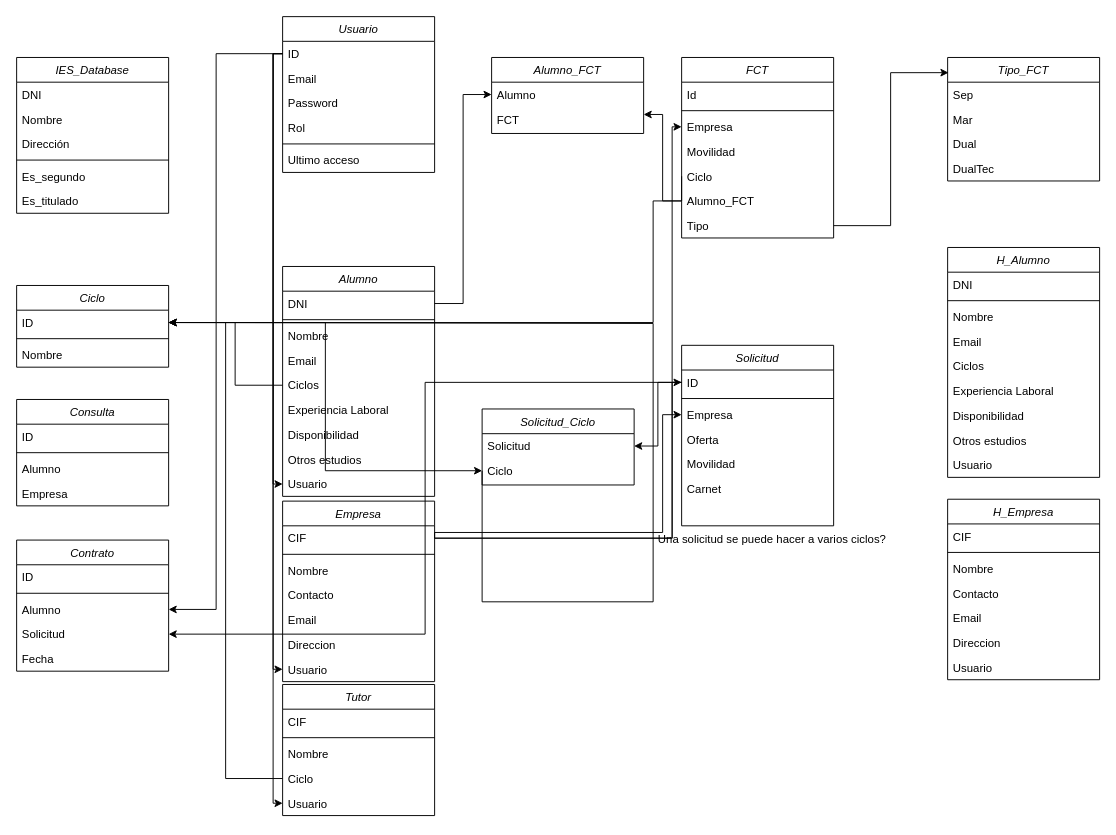
Buhuk/diagramas keeps this draw.io diagram as Bolsa de empleo.drawio. Above is the earlier version. Source tidied: cells renumbered, new cells numbered last; positions are measured from the earlier drawing's top-left corner, leaving out a move shared by most shapes. Both pictures are drawn from the tidied source at 95%, with x=0, y=0 at pixel (16, 16).
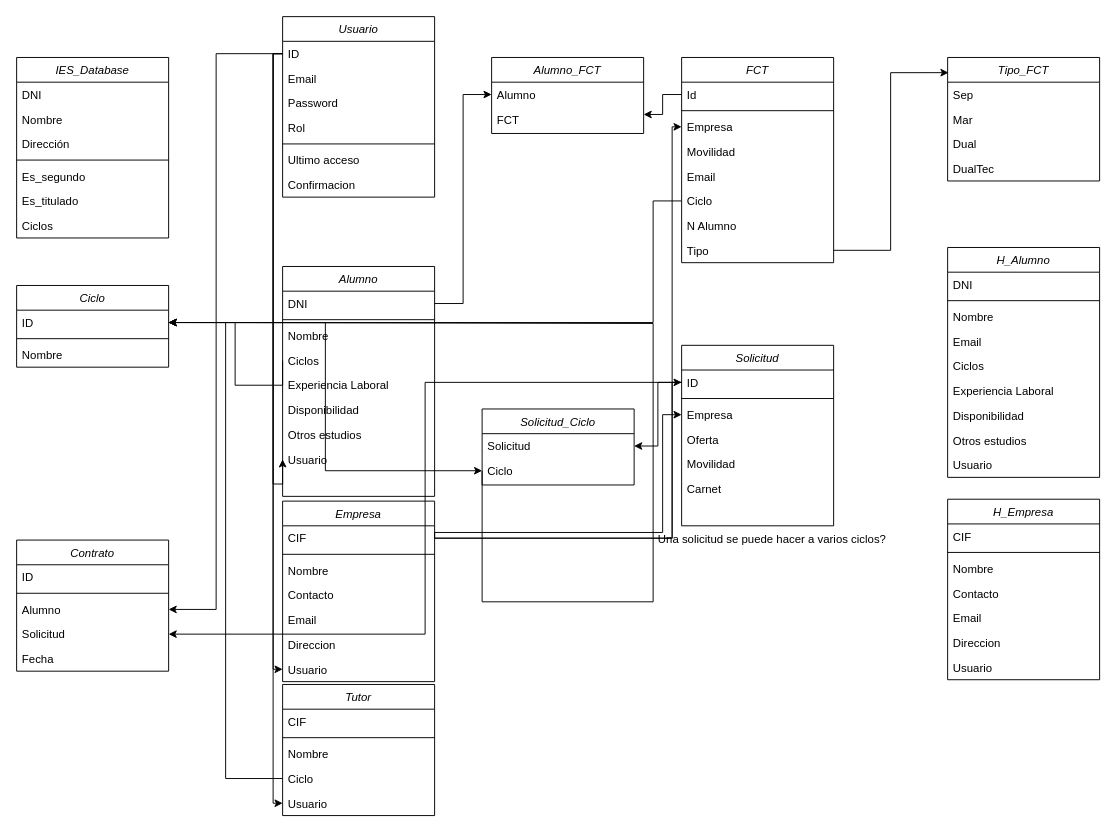
The same page after the edit.

Unchanged cells that the change refers to:
```xml
<mxCell id="9" value="Alumno" style="swimlane;fontStyle=2;align=center;verticalAlign=top;horizontal=1;startSize=26;rounded=0;shadow=0;strokeWidth=1;" parent="1" vertex="1">
  <mxGeometry x="280" y="263" width="160" height="242" as="geometry" />
</mxCell>
<mxCell id="46" value="Id" style="text;align=left;verticalAlign=top;spacingLeft=4;spacingRight=4;overflow=hidden;points=[[0,0.5],[1,0.5]];portConstraint=eastwest;" parent="45" vertex="1">
  <mxGeometry y="26" width="160" height="26" as="geometry" />
</mxCell>
<mxCell id="73" value="Alumno_FCT" style="swimlane;fontStyle=2;align=center;verticalAlign=top;horizontal=1;startSize=26;rounded=0;shadow=0;strokeWidth=1;" parent="1" vertex="1">
  <mxGeometry x="500" y="43" width="160" height="80" as="geometry" />
</mxCell>
```

The edit, as a diff of the source:
```diff
@@
     <mxCell id="2" value="Usuario" style="swimlane;fontStyle=2;align=center;verticalAlign=top;horizontal=1;startSize=26;rounded=0;shadow=0;strokeWidth=1;" parent="1" vertex="1">
-      <mxGeometry x="280" width="160" height="164" as="geometry" />
+      <mxGeometry x="280" width="160" height="190" as="geometry" />
     </mxCell>
@@
+    <mxCell id="117" value="Confirmacion" style="text;align=left;verticalAlign=top;spacingLeft=4;spacingRight=4;overflow=hidden;" parent="2" vertex="1">
+      <mxGeometry y="164" width="160" height="26" as="geometry" />
+    </mxCell>
@@
-    <mxCell id="13" value="Email" style="text;align=left;verticalAlign=top;spacingLeft=4;spacingRight=4;overflow=hidden;rounded=0;shadow=0;html=0;" parent="9" vertex="1">
-      <mxGeometry y="86" width="160" height="26" as="geometry" />
-    </mxCell>
     <mxCell id="14" value="Ciclos" style="text;align=left;verticalAlign=top;spacingLeft=4;spacingRight=4;overflow=hidden;points=[[0,0.5],[1,0.5]];portConstraint=eastwest;rounded=0;shadow=0;html=0;" parent="9" vertex="1">
-      <mxGeometry y="112" width="160" height="26" as="geometry" />
+      <mxGeometry y="86" width="160" height="26" as="geometry" />
     </mxCell>
     <mxCell id="15" value="Experiencia Laboral" style="text;align=left;verticalAlign=top;spacingLeft=4;spacingRight=4;overflow=hidden;fontStyle=0;" parent="9" vertex="1">
-      <mxGeometry y="138" width="160" height="26" as="geometry" />
+      <mxGeometry y="112" width="160" height="26" as="geometry" />
     </mxCell>
     <mxCell id="16" value="Disponibilidad" style="text;align=left;verticalAlign=top;spacingLeft=4;spacingRight=4;overflow=hidden;" parent="9" vertex="1">
-      <mxGeometry y="164" width="160" height="26" as="geometry" />
+      <mxGeometry y="138" width="160" height="26" as="geometry" />
     </mxCell>
     <mxCell id="17" value="Otros estudios" style="text;align=left;verticalAlign=top;spacingLeft=4;spacingRight=4;overflow=hidden;" parent="9" vertex="1">
-      <mxGeometry y="190" width="160" height="26" as="geometry" />
+      <mxGeometry y="164" width="160" height="26" as="geometry" />
     </mxCell>
     <mxCell id="18" value="Usuario" style="text;align=left;verticalAlign=top;spacingLeft=4;spacingRight=4;overflow=hidden;points=[[0,0.5],[1,0.5]];portConstraint=eastwest;" parent="9" vertex="1">
-      <mxGeometry y="216" width="160" height="26" as="geometry" />
+      <mxGeometry y="190" width="160" height="26" as="geometry" />
     </mxCell>
@@
     <mxCell id="27" value="IES_Database" style="swimlane;fontStyle=2;align=center;verticalAlign=top;horizontal=1;startSize=26;rounded=0;shadow=0;strokeWidth=1;" parent="1" vertex="1">
-      <mxGeometry y="43" width="160" height="164" as="geometry" />
+      <mxGeometry y="43" width="160" height="190" as="geometry" />
     </mxCell>
@@
+    <mxCell id="118" value="Ciclos" style="text;align=left;verticalAlign=top;spacingLeft=4;spacingRight=4;overflow=hidden;" parent="27" vertex="1">
+      <mxGeometry y="164" width="160" height="26" as="geometry" />
+    </mxCell>
@@
     <mxCell id="45" value="FCT" style="swimlane;fontStyle=2;align=center;verticalAlign=top;horizontal=1;startSize=26;rounded=0;shadow=0;strokeWidth=1;" parent="1" vertex="1">
-      <mxGeometry x="700" y="43" width="160" height="190" as="geometry" />
+      <mxGeometry x="700" y="43" width="160" height="216" as="geometry" />
     </mxCell>
@@
+    <mxCell id="13" value="Email" style="text;align=left;verticalAlign=top;spacingLeft=4;spacingRight=4;overflow=hidden;rounded=0;shadow=0;html=0;" parent="45" vertex="1">
+      <mxGeometry y="112" width="160" height="26" as="geometry" />
+    </mxCell>
     <mxCell id="50" value="Ciclo" style="text;align=left;verticalAlign=top;spacingLeft=4;spacingRight=4;overflow=hidden;points=[[0,0.5],[1,0.5]];portConstraint=eastwest;" parent="45" vertex="1">
-      <mxGeometry y="112" width="160" height="26" as="geometry" />
+      <mxGeometry y="138" width="160" height="26" as="geometry" />
     </mxCell>
-    <mxCell id="51" value="Alumno_FCT" style="text;align=left;verticalAlign=top;spacingLeft=4;spacingRight=4;overflow=hidden;points=[[0,0.5],[1,0.5]];portConstraint=eastwest;" parent="45" vertex="1">
-      <mxGeometry y="138" width="160" height="26" as="geometry" />
+    <mxCell id="51" value="N Alumno" style="text;align=left;verticalAlign=top;spacingLeft=4;spacingRight=4;overflow=hidden;points=[[0,0.5],[1,0.5]];portConstraint=eastwest;" parent="45" vertex="1">
+      <mxGeometry y="164" width="160" height="26" as="geometry" />
     </mxCell>
     <mxCell id="52" value="Tipo" style="text;align=left;verticalAlign=top;spacingLeft=4;spacingRight=4;overflow=hidden;points=[[0,0.5],[1,0.5]];portConstraint=eastwest;" parent="45" vertex="1">
-      <mxGeometry y="164" width="160" height="26" as="geometry" />
+      <mxGeometry y="190" width="160" height="26" as="geometry" />
     </mxCell>
@@
-    <mxCell id="65" value="Consulta" style="swimlane;fontStyle=2;align=center;verticalAlign=top;horizontal=1;startSize=26;rounded=0;shadow=0;strokeWidth=1;" parent="1" vertex="1">
-      <mxGeometry y="403" width="160" height="112" as="geometry" />
-    </mxCell>
-    <mxCell id="66" value="ID" style="text;align=left;verticalAlign=top;spacingLeft=4;spacingRight=4;overflow=hidden;rounded=0;shadow=0;html=0;" parent="65" vertex="1">
-      <mxGeometry y="26" width="160" height="26" as="geometry" />
-    </mxCell>
-    <mxCell id="67" style="line;html=1;strokeWidth=1;align=left;verticalAlign=middle;spacingTop=-1;spacingLeft=3;spacingRight=3;labelPosition=right;" parent="65" vertex="1">
-      <mxGeometry y="52" width="160" height="8" as="geometry" />
-    </mxCell>
-    <mxCell id="68" value="Alumno" style="text;align=left;verticalAlign=top;spacingLeft=4;spacingRight=4;overflow=hidden;" parent="65" vertex="1">
-      <mxGeometry y="60" width="160" height="26" as="geometry" />
-    </mxCell>
-    <mxCell id="69" value="Empresa" style="text;align=left;verticalAlign=top;spacingLeft=4;spacingRight=4;overflow=hidden;" parent="65" vertex="1">
-      <mxGeometry y="86" width="160" height="26" as="geometry" />
-    </mxCell>
@@
-    <mxCell id="82" style="edgeStyle=orthogonalEdgeStyle;rounded=0;jettySize=auto;html=1;exitX=0;exitY=0.5;exitDx=0;exitDy=0;entryX=1;entryY=0.75;entryDx=0;entryDy=0;" parent="1" edge="1" source="51" target="73">
+    <mxCell id="82" style="edgeStyle=orthogonalEdgeStyle;rounded=0;jettySize=auto;html=1;exitX=0;exitY=0.5;exitDx=0;exitDy=0;entryX=1;entryY=0.75;entryDx=0;entryDy=0;" parent="1" edge="1" source="46" target="73">
       <mxGeometry relative="1" as="geometry" />
     </mxCell>
```
